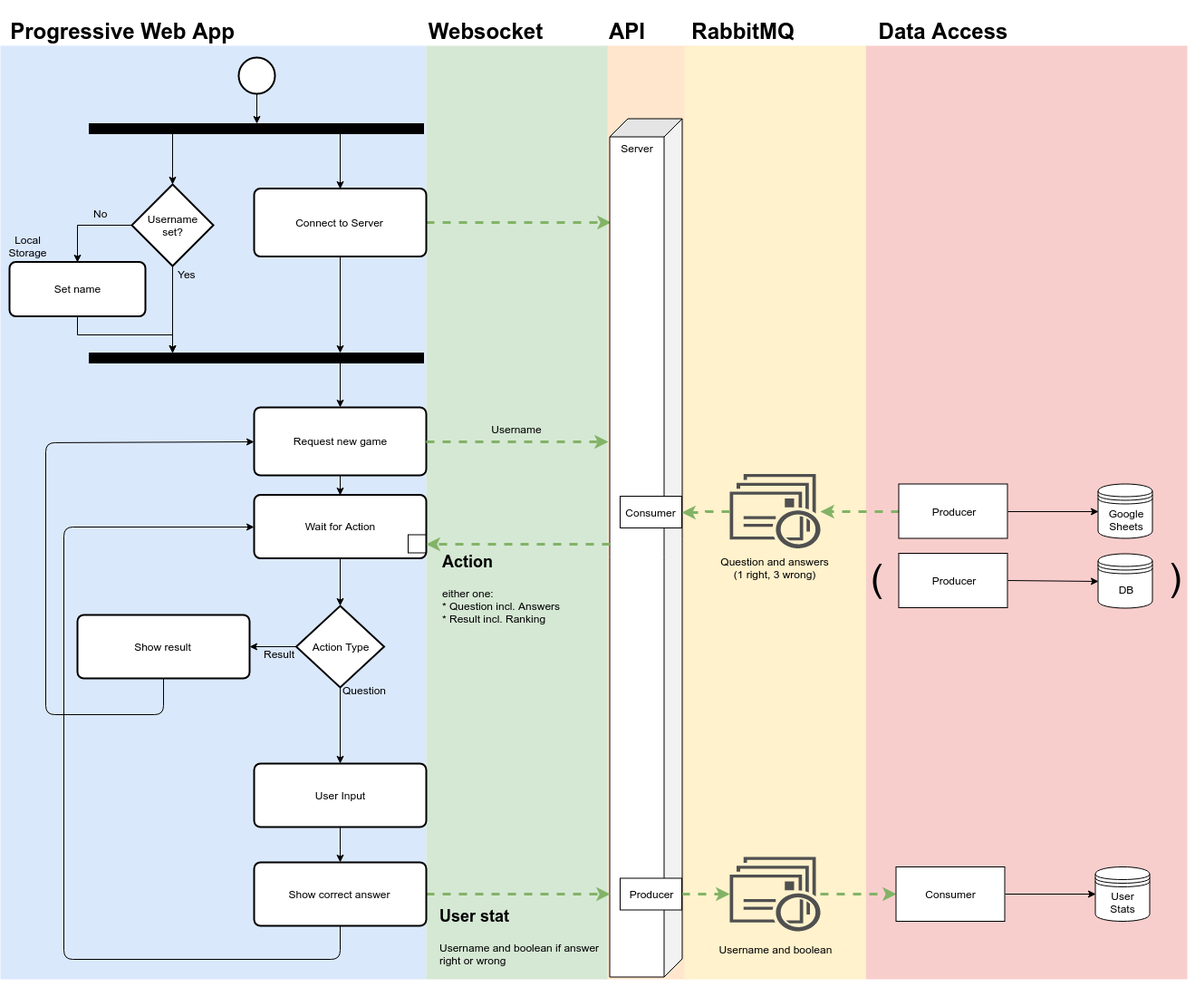
Above: distrcomp_proj.png in kevin-schmid/DistComp (draw.io), before the change. Source tidied: cells renumbered, new cells last; positions are measured from the earlier drawing's top-left corner, leaving out a move shared by most shapes.
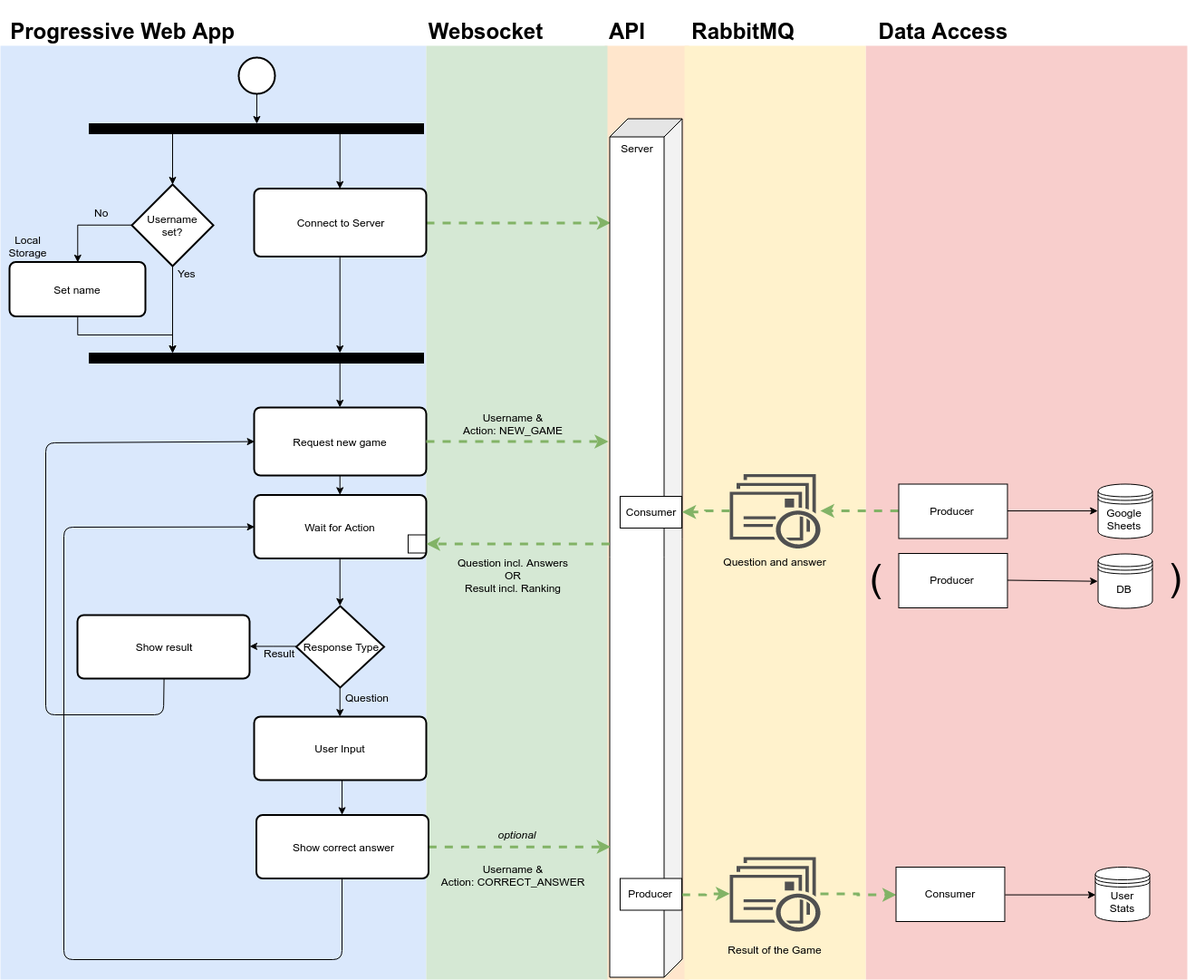
Later version of the same file.

Commit message:
updated architecture overview

Change to the diagram source:
```diff
@@ -78,13 +78,10 @@
     <mxCell id="25" value="Server&lt;br&gt;" style="text;html=1;strokeColor=none;fillColor=none;align=center;verticalAlign=middle;whiteSpace=wrap;rounded=0;" parent="1" vertex="1">
       <mxGeometry x="683" y="153" width="40" height="20" as="geometry" />
     </mxCell>
-    <mxCell id="26" value="&lt;h1&gt;&lt;font style=&quot;font-size: 18px&quot;&gt;Action&lt;/font&gt;&lt;/h1&gt;&lt;div style=&quot;line-height: 120%&quot;&gt;either one:&lt;/div&gt;&lt;div&gt;* Question incl. Answers&lt;/div&gt;&lt;div&gt;* Result incl. Ranking&lt;/div&gt;" style="text;html=1;strokeColor=none;fillColor=none;spacing=5;spacingTop=-20;whiteSpace=wrap;overflow=hidden;rounded=0;" parent="1" vertex="1">
-      <mxGeometry x="483" y="598" width="187" height="99" as="geometry" />
-    </mxCell>
     <mxCell id="27" style="endArrow=classic;html=1;strokeWidth=1;exitX=0.5;exitY=1;exitDx=0;exitDy=0;entryX=0;entryY=0.5;entryDx=0;entryDy=0;" parent="1" edge="1" source="36" target="22">
       <mxGeometry relative="1" as="geometry">
         <Array as="points">
-          <mxPoint x="375" y="1058" />
+          <mxPoint x="377" y="1058" />
           <mxPoint x="70" y="1058" />
           <mxPoint x="70" y="581" />
         </Array>
@@ -103,23 +100,23 @@
     </mxCell>
     <mxCell id="31" value="Question" style="text;html=1;align=center;verticalAlign=middle;labelBackgroundColor=none;fontSize=12;" parent="30" vertex="1">
       <mxGeometry x="-0.29" relative="1" as="geometry">
-        <mxPoint x="26" y="-28" as="offset" />
+        <mxPoint x="29.5" y="-1.5" as="offset" />
       </mxGeometry>
     </mxCell>
-    <mxCell id="32" value="Action Type" style="strokeWidth=2;html=1;shape=mxgraph.flowchart.decision;whiteSpace=wrap;" parent="1" vertex="1">
+    <mxCell id="32" value="Response Type" style="strokeWidth=2;html=1;shape=mxgraph.flowchart.decision;whiteSpace=wrap;" parent="1" vertex="1">
       <mxGeometry x="326.5" y="668" width="97" height="90" as="geometry" />
     </mxCell>
-    <mxCell id="33" style="edgeStyle=orthogonalEdgeStyle;rounded=0;jettySize=auto;html=1;dashed=1;strokeWidth=3;fillColor=#d5e8d4;strokeColor=#82b366;exitX=1;exitY=0.5;exitDx=0;exitDy=0;entryX=0.903;entryY=0.994;entryDx=0;entryDy=0;entryPerimeter=0;" parent="1" edge="1" source="36" target="19">
+    <mxCell id="33" style="edgeStyle=orthogonalEdgeStyle;rounded=0;jettySize=auto;html=1;dashed=1;strokeWidth=3;fillColor=#d5e8d4;strokeColor=#82b366;exitX=1;exitY=0.5;exitDx=0;exitDy=0;entryX=0.848;entryY=0.994;entryDx=0;entryDy=0;entryPerimeter=0;" parent="1" edge="1" source="36" target="19">
       <mxGeometry relative="1" as="geometry" />
     </mxCell>
     <mxCell id="34" style="edgeStyle=orthogonalEdgeStyle;rounded=0;jettySize=auto;html=1;exitX=0.5;exitY=1;exitDx=0;exitDy=0;entryX=0.5;entryY=0;entryDx=0;entryDy=0;strokeWidth=1;" parent="1" edge="1" source="35" target="36">
       <mxGeometry relative="1" as="geometry" />
     </mxCell>
     <mxCell id="35" value="User Input&lt;br&gt;" style="rounded=1;whiteSpace=wrap;html=1;absoluteArcSize=1;arcSize=14;strokeWidth=2;" parent="1" vertex="1">
-      <mxGeometry x="280" y="842" width="190" height="70" as="geometry" />
+      <mxGeometry x="280" y="790" width="190" height="70" as="geometry" />
     </mxCell>
     <mxCell id="36" value="Show correct answer&lt;br&gt;" style="rounded=1;whiteSpace=wrap;html=1;absoluteArcSize=1;arcSize=14;strokeWidth=2;" parent="1" vertex="1">
-      <mxGeometry x="280" y="951" width="190" height="70" as="geometry" />
+      <mxGeometry x="282.5" y="898.5" width="190" height="70" as="geometry" />
     </mxCell>
     <mxCell id="37" style="endArrow=classic;html=1;strokeWidth=1;exitX=0.5;exitY=1;exitDx=0;exitDy=0;entryX=0;entryY=0.5;entryDx=0;entryDy=0;" parent="1" edge="1" source="24" target="18">
       <mxGeometry relative="1" as="geometry">
@@ -193,8 +190,8 @@
     <mxCell id="58" style="edgeStyle=orthogonalEdgeStyle;rounded=0;jettySize=auto;html=1;exitX=0.75;exitY=1;exitDx=0;exitDy=0;entryX=0.5;entryY=0;entryDx=0;entryDy=0;strokeWidth=1;fontSize=24;" parent="1" edge="1" source="60" target="18">
       <mxGeometry relative="1" as="geometry" />
     </mxCell>
-    <mxCell id="59" value="&lt;font style=&quot;font-size: 12px;&quot;&gt;Username&lt;/font&gt;" style="text;html=1;strokeColor=none;fillColor=none;align=center;verticalAlign=middle;whiteSpace=wrap;rounded=0;fontSize=12;labelBackgroundColor=none;" parent="1" vertex="1">
-      <mxGeometry x="550" y="463" width="40" height="20" as="geometry" />
+    <mxCell id="59" value="&lt;font style=&quot;font-size: 12px&quot;&gt;Username &amp;amp;&lt;br&gt;Action: NEW_GAME&lt;br&gt;&lt;/font&gt;" style="text;html=1;strokeColor=none;fillColor=none;align=center;verticalAlign=middle;whiteSpace=wrap;rounded=0;fontSize=12;labelBackgroundColor=none;" parent="1" vertex="1">
+      <mxGeometry x="490" y="450" width="150" height="33" as="geometry" />
     </mxCell>
     <mxCell id="60" style="rounded=0;whiteSpace=wrap;html=1;fillColor=#000000;fontSize=24;" parent="1" vertex="1">
       <mxGeometry x="98" y="389" width="369" height="11" as="geometry" />
@@ -202,9 +199,6 @@
     <mxCell id="61" style="whiteSpace=wrap;html=1;labelBackgroundColor=none;fillColor=none;fontSize=24;" parent="1" vertex="1">
       <mxGeometry x="450" y="589.5" width="20" height="20" as="geometry" />
     </mxCell>
-    <mxCell id="62" value="&lt;h1&gt;&lt;font style=&quot;font-size: 18px&quot;&gt;User stat&lt;/font&gt;&lt;/h1&gt;&lt;div style=&quot;line-height: 120%&quot;&gt;Username and boolean if answer right or wrong&lt;/div&gt;" style="text;html=1;strokeColor=none;fillColor=none;spacing=5;spacingTop=-20;whiteSpace=wrap;overflow=hidden;rounded=0;" parent="1" vertex="1">
-      <mxGeometry x="480" y="989" width="187" height="99" as="geometry" />
-    </mxCell>
     <mxCell id="63" value="Consumer" style="rounded=0;whiteSpace=wrap;html=1;labelBackgroundColor=none;fillColor=#ffffff;fontSize=12;" parent="1" vertex="1">
       <mxGeometry x="684" y="547" width="68" height="35" as="geometry" />
     </mxCell>
@@ -220,13 +214,13 @@
     <mxCell id="67" style="shadow=0;dashed=0;html=1;strokeColor=none;fillColor=#505050;labelPosition=center;verticalLabelPosition=bottom;verticalAlign=top;outlineConnect=0;align=center;shape=mxgraph.office.communications.queue_viewer;" parent="1" vertex="1">
       <mxGeometry x="805" y="945" width="100" height="82" as="geometry" />
     </mxCell>
-    <mxCell id="68" value="Question and answers (1 right, 3 wrong)" style="text;html=1;strokeColor=none;fillColor=none;align=center;verticalAlign=middle;whiteSpace=wrap;rounded=0;labelBackgroundColor=none;fontSize=12;" parent="1" vertex="1">
-      <mxGeometry x="790" y="616" width="130" height="20" as="geometry" />
+    <mxCell id="68" value="Question and answer" style="text;html=1;strokeColor=none;fillColor=none;align=center;verticalAlign=middle;whiteSpace=wrap;rounded=0;labelBackgroundColor=none;fontSize=12;" parent="1" vertex="1">
+      <mxGeometry x="790" y="609" width="130" height="20" as="geometry" />
     </mxCell>
     <mxCell id="69" value="Consumer" style="rounded=0;whiteSpace=wrap;html=1;labelBackgroundColor=none;fillColor=#ffffff;fontSize=12;" parent="1" vertex="1">
       <mxGeometry x="988.5" y="956" width="120" height="60" as="geometry" />
     </mxCell>
-    <mxCell id="70" value="Username and boolean" style="text;html=1;strokeColor=none;fillColor=none;align=center;verticalAlign=middle;whiteSpace=wrap;rounded=0;labelBackgroundColor=none;fontSize=12;" parent="1" vertex="1">
+    <mxCell id="70" value="Result of the Game" style="text;html=1;strokeColor=none;fillColor=none;align=center;verticalAlign=middle;whiteSpace=wrap;rounded=0;labelBackgroundColor=none;fontSize=12;" parent="1" vertex="1">
       <mxGeometry x="790" y="1036.5" width="130" height="20" as="geometry" />
     </mxCell>
     <mxCell id="71" value="Producer" style="rounded=0;whiteSpace=wrap;html=1;labelBackgroundColor=none;fillColor=#ffffff;fontSize=12;" parent="1" vertex="1">
@@ -241,5 +235,14 @@
     <mxCell id="74" value="API" style="text;html=1;strokeColor=none;fillColor=none;align=center;verticalAlign=middle;whiteSpace=wrap;rounded=0;dashed=1;fontSize=24;fontStyle=1;" parent="1" vertex="1">
       <mxGeometry x="656" width="70" height="68" as="geometry" />
     </mxCell>
+    <mxCell id="75" value="Question incl. Answers&lt;br&gt;OR&lt;br&gt;Result incl. Ranking&lt;br&gt;" style="text;html=1;strokeColor=none;fillColor=none;align=center;verticalAlign=middle;whiteSpace=wrap;rounded=0;" parent="1" vertex="1">
+      <mxGeometry x="495" y="624" width="140" height="20" as="geometry" />
+    </mxCell>
+    <mxCell id="76" value="&lt;font style=&quot;font-size: 12px&quot;&gt;Username &amp;amp;&lt;br&gt;Action: CORRECT_ANSWER&lt;br&gt;&lt;/font&gt;" style="text;html=1;strokeColor=none;fillColor=none;align=center;verticalAlign=middle;whiteSpace=wrap;rounded=0;fontSize=12;labelBackgroundColor=none;" parent="1" vertex="1">
+      <mxGeometry x="480" y="948" width="170" height="33" as="geometry" />
+    </mxCell>
+    <mxCell id="77" value="optional" style="text;html=1;strokeColor=none;fillColor=none;align=center;verticalAlign=middle;whiteSpace=wrap;rounded=0;fontStyle=2;" parent="1" vertex="1">
+      <mxGeometry x="550" y="910" width="40" height="20" as="geometry" />
+    </mxCell>
   </root>
 </mxGraphModel>
```
